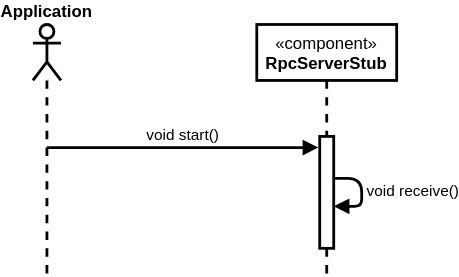
HaniAlshikh/tron keeps this draw.io diagram as docs/middleware/diagrams/UC01StartRpcServerSequenceDiagramLevel1.drawio.svg. Above is the earlier version. Source tidied: cells renumbered, new cells last; positions are measured from the earlier drawing's top-left corner, leaving out a move shared by most shapes.
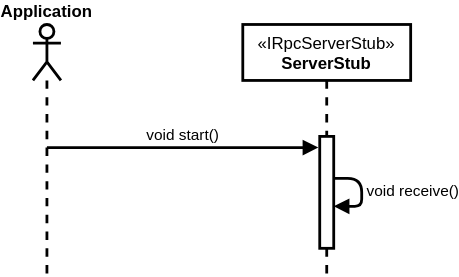
Above is the later version.

Commit message:
Docs: Runtime View Level diagrams interfaces

Diff of the diagram source:
```diff
@@ -2,8 +2,8 @@
   <root>
     <mxCell id="0" />
     <mxCell id="1" parent="0" />
-    <mxCell id="2" value="&lt;span&gt;«component»&lt;br&gt;&lt;b&gt;RpcServerStub&lt;/b&gt;&lt;br&gt;&lt;/span&gt;" style="shape=umlLifeline;perimeter=lifelinePerimeter;whiteSpace=wrap;html=1;strokeWidth=2;verticalAlign=top;" parent="1" vertex="1">
-      <mxGeometry x="160" width="100" height="180" as="geometry" />
+    <mxCell id="2" value="&lt;span&gt;«IRpcServerStub»&lt;br&gt;&lt;b&gt;ServerStub&lt;/b&gt;&lt;br&gt;&lt;/span&gt;" style="shape=umlLifeline;perimeter=lifelinePerimeter;whiteSpace=wrap;html=1;strokeWidth=2;verticalAlign=top;" parent="1" vertex="1">
+      <mxGeometry x="150" width="120" height="180" as="geometry" />
     </mxCell>
     <mxCell id="3" value="&lt;b&gt;Application&lt;/b&gt;" style="shape=umlLifeline;participant=umlActor;perimeter=lifelinePerimeter;whiteSpace=wrap;html=1;verticalAlign=bottom;spacingTop=36;strokeWidth=2;labelPosition=center;verticalLabelPosition=top;align=center;" parent="1" vertex="1">
       <mxGeometry width="20" height="180" as="geometry" />
```
